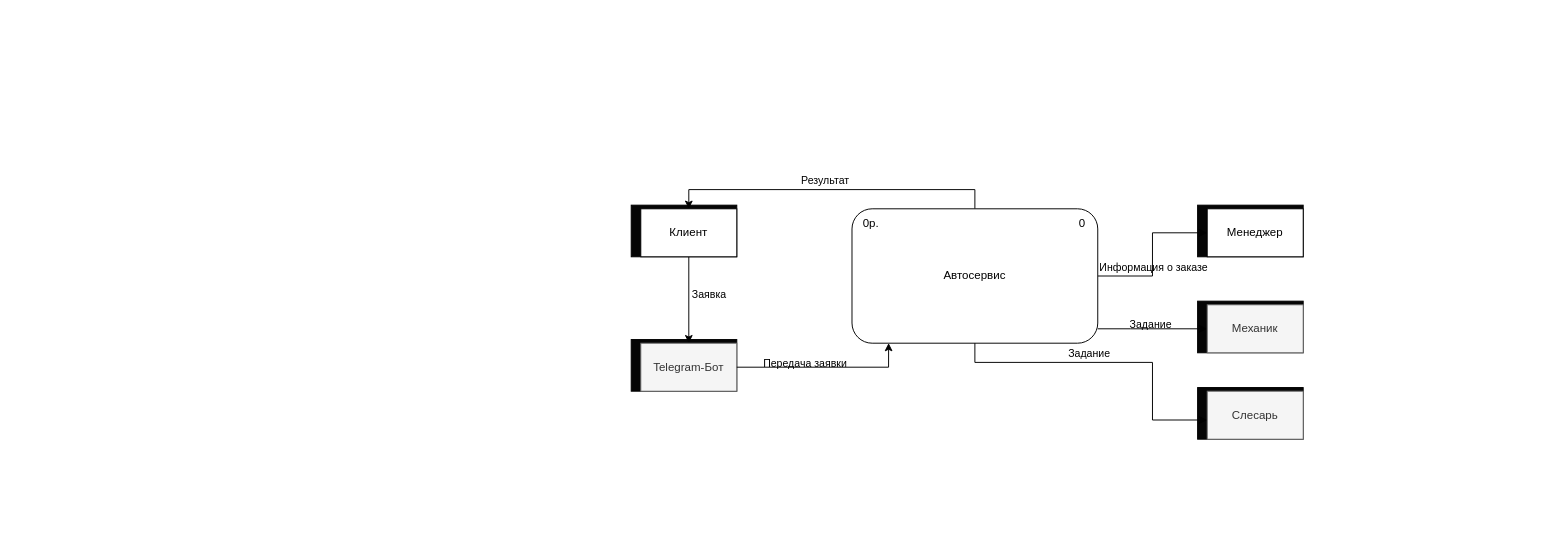
Before: Курсовая/Диаграмма DFD.drawio in Vozq1208/-, a draw.io diagram. Source tidied: cells renumbered, new cells numbered last; positions are measured from the earlier drawing's top-left corner, leaving out a move shared by most shapes. Both pictures are drawn from the tidied source at 96%, with x=0, y=0 at pixel (631, 189).
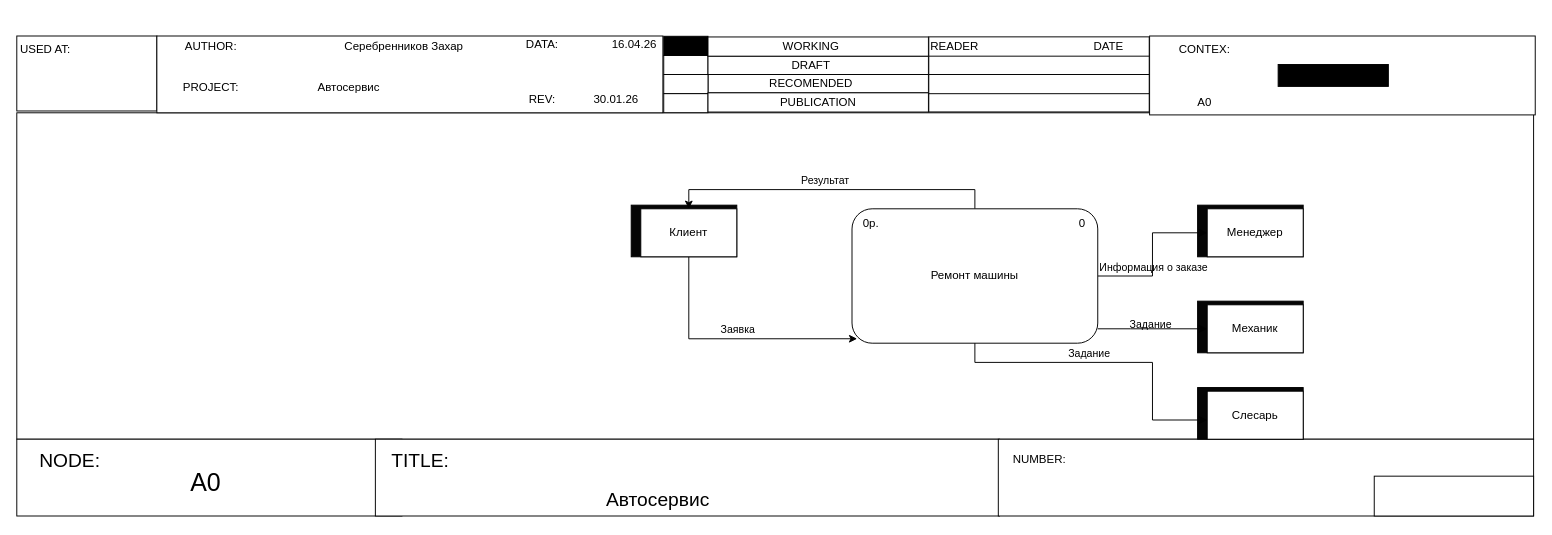
The same page after the edit.

The change refers to these unchanged cells:
```xml
<mxCell id="16" value="Клиент" style="html=1;dashed=0;whiteSpace=wrap;shadow=0;glass=0;rounded=0;textShadow=0;enumerate=0;comic=0;labelBackgroundColor=none;fillColor=light-dark(#FFFFFF,#FFFFFF);fontColor=#000000;" parent="1" vertex="1">
  <mxGeometry x="10" y="20" width="100" height="50" as="geometry" />
</mxCell>
```

What changed in the source:
```diff
@@
+    <mxCell id="27" style="rounded=0;whiteSpace=wrap;html=1;" parent="1" vertex="1">
+      <mxGeometry x="80" y="-119.9" width="229.6" height="19.1" as="geometry" />
+    </mxCell>
+    <mxCell id="28" style="rounded=0;whiteSpace=wrap;html=1;flipH=0;legacyAnchorPoints=0;flipV=0;direction=west;" parent="1" vertex="1">
+      <mxGeometry x="-640" y="-80" width="1580" height="340" as="geometry" />
+    </mxCell>
+    <mxCell id="29" style="rounded=0;whiteSpace=wrap;html=1;align=left;spacing=5;spacingTop=-70;" parent="1" vertex="1">
+      <mxGeometry x="-640" y="-160" width="145.9" height="78.1" as="geometry" />
+    </mxCell>
+    <mxCell id="30" style="rounded=0;whiteSpace=wrap;html=1;" parent="1" vertex="1">
+      <mxGeometry x="-494.1" y="-160" width="527.1" height="80" as="geometry" />
+    </mxCell>
+    <mxCell id="31" style="rounded=0;whiteSpace=wrap;html=1;" parent="1" vertex="1">
+      <mxGeometry x="-640" y="260" width="401.2" height="80" as="geometry" />
+    </mxCell>
+    <mxCell id="32" value="&lt;font style=&quot;font-size: 20px;&quot;&gt;NODE:&lt;/font&gt;" style="text;html=1;whiteSpace=wrap;strokeColor=none;fillColor=none;align=center;verticalAlign=middle;rounded=0;" parent="1" vertex="1">
+      <mxGeometry x="-626.2" y="260" width="83" height="41.5" as="geometry" />
+    </mxCell>
+    <mxCell id="33" value="A0" style="text;html=1;whiteSpace=wrap;strokeColor=none;fillColor=none;align=center;verticalAlign=middle;rounded=0;fontSize=26;" parent="1" vertex="1">
+      <mxGeometry x="-495" y="270.8" width="103.8" height="69.2" as="geometry" />
+    </mxCell>
+    <mxCell id="34" style="rounded=0;whiteSpace=wrap;html=1;" parent="1" vertex="1">
+      <mxGeometry x="-266.5" y="260" width="650.2" height="80" as="geometry" />
+    </mxCell>
+    <mxCell id="35" value="&lt;font style=&quot;font-size: 20px;&quot;&gt;TITLE:&lt;/font&gt;" style="text;html=1;whiteSpace=wrap;strokeColor=none;fillColor=none;align=center;verticalAlign=middle;rounded=0;" parent="1" vertex="1">
+      <mxGeometry x="-260.9" y="260" width="83" height="41.5" as="geometry" />
+    </mxCell>
+    <mxCell id="36" value="&lt;font style=&quot;font-size: 20px;&quot;&gt;Автосервис&lt;/font&gt;" style="text;html=1;whiteSpace=wrap;strokeColor=none;fillColor=none;align=center;verticalAlign=middle;rounded=0;" parent="1" vertex="1">
+      <mxGeometry x="-24.4" y="301.5" width="103.8" height="41.5" as="geometry" />
+    </mxCell>
+    <mxCell id="37" style="rounded=0;whiteSpace=wrap;html=1;" parent="1" vertex="1">
+      <mxGeometry x="382.4" y="260" width="557.6" height="80" as="geometry" />
+    </mxCell>
+    <mxCell id="38" value="NUMBER:" style="text;html=1;whiteSpace=wrap;strokeColor=none;fillColor=none;align=center;verticalAlign=middle;rounded=0;" parent="1" vertex="1">
+      <mxGeometry x="383.8" y="260" width="83" height="41.5" as="geometry" />
+    </mxCell>
+    <mxCell id="39" style="rounded=0;whiteSpace=wrap;html=1;" parent="1" vertex="1">
+      <mxGeometry x="774" y="298.5" width="166" height="41.5" as="geometry" />
+    </mxCell>
+    <mxCell id="40" style="group;" parent="1" vertex="1">
+      <mxGeometry x="-495" y="-170" width="433.3" height="85" as="geometry" />
+    </mxCell>
+    <mxCell id="41" value="AUTHOR:" style="text;html=1;whiteSpace=wrap;strokeColor=none;fillColor=none;align=center;verticalAlign=middle;rounded=0;" parent="40" vertex="1">
+      <mxGeometry width="114.8" height="42.5" as="geometry" />
+    </mxCell>
+    <mxCell id="42" value="PROJECT:" style="text;html=1;whiteSpace=wrap;strokeColor=none;fillColor=none;align=center;verticalAlign=middle;rounded=0;" parent="40" vertex="1">
+      <mxGeometry y="42.5" width="114.8" height="42.5" as="geometry" />
+    </mxCell>
+    <mxCell id="43" value="Серебренников Захар" style="text;html=1;whiteSpace=wrap;strokeColor=none;fillColor=none;align=center;verticalAlign=middle;rounded=0;" parent="40" vertex="1">
+      <mxGeometry x="114.8" width="286.9" height="42.5" as="geometry" />
+    </mxCell>
+    <mxCell id="44" value="Автосервис" style="text;html=1;whiteSpace=wrap;strokeColor=none;fillColor=none;align=center;verticalAlign=middle;rounded=0;" parent="40" vertex="1">
+      <mxGeometry x="114.8" y="42.5" width="172.2" height="42.5" as="geometry" />
+    </mxCell>
@@
-    <mxCell id="5" style="rounded=0;whiteSpace=wrap;html=1;fillColor=#050505;" parent="1" vertex="1">
-      <mxGeometry y="156.2" width="110" height="53.8" as="geometry" />
-    </mxCell>
@@
-    <mxCell id="13" value="Автосервис" style="rounded=1;whiteSpace=wrap;html=1;labelBackgroundColor=none;" parent="1" vertex="1">
+    <mxCell id="13" value="Ремонт машины" style="rounded=1;whiteSpace=wrap;html=1;labelBackgroundColor=none;" parent="1" vertex="1">
       <mxGeometry x="230" y="20" width="256" height="140" as="geometry" />
     </mxCell>
-    <mxCell id="14" style="edgeStyle=orthogonalEdgeStyle;rounded=0;jettySize=auto;html=1;entryX=0.5;entryY=0;entryDx=0;entryDy=0;labelBackgroundColor=none;fontColor=default;" parent="1" edge="1" source="16" target="17">
-      <mxGeometry relative="1" as="geometry" />
+    <mxCell id="14" style="edgeStyle=orthogonalEdgeStyle;rounded=0;jettySize=auto;html=1;entryX=0.021;entryY=0.967;entryDx=0;entryDy=0;labelBackgroundColor=none;fontColor=default;entryPerimeter=0;" parent="1" edge="1" source="16" target="13">
+      <mxGeometry relative="1" as="geometry">
+        <Array as="points">
+          <mxPoint x="60" y="155" />
+        </Array>
+      </mxGeometry>
     </mxCell>
     <mxCell id="15" value="Заявка" style="edgeLabel;html=1;align=center;verticalAlign=middle;labelBackgroundColor=none;" parent="14" vertex="1">
       <mxGeometry x="-0.15" y="3" relative="1" as="geometry">
-        <mxPoint x="17" as="offset" />
+        <mxPoint x="25" y="-7" as="offset" />
       </mxGeometry>
     </mxCell>
@@
-    <mxCell id="17" value="Telegram-Бот" style="html=1;dashed=0;whiteSpace=wrap;shadow=0;labelBackgroundColor=none;fillColor=#f5f5f5;fontColor=#333333;strokeColor=#666666;" parent="1" vertex="1">
-      <mxGeometry x="10" y="160" width="100" height="50" as="geometry" />
-    </mxCell>
@@
-    <mxCell id="19" value="Механик" style="html=1;dashed=0;whiteSpace=wrap;shadow=0;labelBackgroundColor=none;fillColor=#f5f5f5;fontColor=#333333;strokeColor=#666666;" parent="1" vertex="1">
+    <mxCell id="19" value="Механик" style="html=1;dashed=0;whiteSpace=wrap;shadow=0;labelBackgroundColor=none;" parent="1" vertex="1">
       <mxGeometry x="600" y="120" width="100" height="50" as="geometry" />
     </mxCell>
-    <mxCell id="20" value="Слесарь" style="html=1;dashed=0;whiteSpace=wrap;shadow=0;labelBackgroundColor=none;fillColor=#f5f5f5;fontColor=#333333;strokeColor=#666666;" parent="1" vertex="1">
+    <mxCell id="20" value="Слесарь" style="html=1;dashed=0;whiteSpace=wrap;shadow=0;labelBackgroundColor=none;" parent="1" vertex="1">
       <mxGeometry x="600" y="210" width="100" height="50" as="geometry" />
     </mxCell>
-    <mxCell id="21" style="edgeStyle=orthogonalEdgeStyle;rounded=0;jettySize=auto;html=1;entryX=0.149;entryY=0.999;entryDx=0;entryDy=0;entryPerimeter=0;labelBackgroundColor=none;fontColor=default;" parent="1" edge="1" source="17" target="13">
-      <mxGeometry relative="1" as="geometry" />
-    </mxCell>
-    <mxCell id="22" value="Передача заявки" style="edgeLabel;html=1;align=center;verticalAlign=middle;labelBackgroundColor=none;" parent="21" vertex="1">
-      <mxGeometry x="-0.14" y="-1" relative="1" as="geometry">
-        <mxPoint x="-9" y="-6" as="offset" />
-      </mxGeometry>
-    </mxCell>
@@
+    <mxCell id="45" style="group;" parent="1" vertex="1">
+      <mxGeometry x="-150" y="-180" width="231.7" height="114.8" as="geometry" />
+    </mxCell>
+    <mxCell id="46" value="DATA:" style="text;html=1;whiteSpace=wrap;strokeColor=none;fillColor=none;align=center;verticalAlign=middle;rounded=0;" parent="45" vertex="1">
+      <mxGeometry width="114.8" height="57.4" as="geometry" />
+    </mxCell>
+    <mxCell id="47" value="REV:" style="text;html=1;whiteSpace=wrap;strokeColor=none;fillColor=none;align=center;verticalAlign=middle;rounded=0;" parent="45" vertex="1">
+      <mxGeometry y="57.4" width="114.8" height="57.4" as="geometry" />
+    </mxCell>
+    <mxCell id="48" value="16.04.26" style="text;html=1;whiteSpace=wrap;strokeColor=none;fillColor=none;align=center;verticalAlign=middle;rounded=0;" parent="45" vertex="1">
+      <mxGeometry x="95.6" width="114.8" height="57.4" as="geometry" />
+    </mxCell>
+    <mxCell id="49" value="30.01.26" style="text;html=1;whiteSpace=wrap;strokeColor=none;fillColor=none;align=center;verticalAlign=middle;rounded=0;" parent="45" vertex="1">
+      <mxGeometry x="76.5" y="57.4" width="114.8" height="57.4" as="geometry" />
+    </mxCell>
+    <mxCell id="50" style="rounded=0;whiteSpace=wrap;html=1;" parent="45" vertex="1">
+      <mxGeometry x="183.9" y="80" width="46.1" height="19.9" as="geometry" />
+    </mxCell>
+    <mxCell id="51" style="rounded=0;whiteSpace=wrap;html=1;" parent="45" vertex="1">
+      <mxGeometry x="183.9" y="60.1" width="46.1" height="19.9" as="geometry" />
+    </mxCell>
+    <mxCell id="52" style="rounded=0;whiteSpace=wrap;html=1;" parent="45" vertex="1">
+      <mxGeometry x="183.9" y="40.2" width="46.1" height="19.9" as="geometry" />
+    </mxCell>
+    <mxCell id="53" style="rounded=0;whiteSpace=wrap;html=1;fillColor=#000000;" parent="45" vertex="1">
+      <mxGeometry x="183.9" y="20.3" width="46.1" height="19.9" as="geometry" />
+    </mxCell>
+    <mxCell id="54" value="RECOMENDED" style="text;html=1;whiteSpace=wrap;strokeColor=none;fillColor=none;align=center;verticalAlign=middle;rounded=0;" parent="1" vertex="1">
+      <mxGeometry x="130" y="-115.4" width="114.8" height="10" as="geometry" />
+    </mxCell>
+    <mxCell id="55" style="rounded=0;whiteSpace=wrap;html=1;" parent="1" vertex="1">
+      <mxGeometry x="80" y="-139" width="229.6" height="19.1" as="geometry" />
+    </mxCell>
+    <mxCell id="56" value="DRAFT" style="text;html=1;whiteSpace=wrap;strokeColor=none;fillColor=none;align=center;verticalAlign=middle;rounded=0;" parent="1" vertex="1">
+      <mxGeometry x="130" y="-134" width="114.8" height="9.2" as="geometry" />
+    </mxCell>
+    <mxCell id="57" style="rounded=0;whiteSpace=wrap;html=1;" parent="1" vertex="1">
+      <mxGeometry x="80" y="-159" width="229.6" height="20" as="geometry" />
+    </mxCell>
+    <mxCell id="58" value="WORKING" style="text;html=1;whiteSpace=wrap;strokeColor=none;fillColor=none;align=center;verticalAlign=middle;rounded=0;" parent="1" vertex="1">
+      <mxGeometry x="130" y="-150.8" width="114.8" height="3.6" as="geometry" />
+    </mxCell>
+    <mxCell id="59" style="rounded=0;whiteSpace=wrap;html=1;" parent="1" vertex="1">
+      <mxGeometry x="310" y="-101" width="229.6" height="20.1" as="geometry" />
+    </mxCell>
+    <mxCell id="60" value="PUBLICATION" style="rounded=0;whiteSpace=wrap;html=1;" parent="1" vertex="1">
+      <mxGeometry x="80" y="-100.8" width="229.6" height="20" as="geometry" />
+    </mxCell>
+    <mxCell id="61" value="USED AT:" style="text;html=1;whiteSpace=wrap;strokeColor=none;fillColor=none;align=center;verticalAlign=middle;rounded=0;" parent="1" vertex="1">
+      <mxGeometry x="-640" y="-161" width="60" height="30" as="geometry" />
+    </mxCell>
+    <mxCell id="62" style="rounded=0;whiteSpace=wrap;html=1;" parent="1" vertex="1">
+      <mxGeometry x="310" y="-120" width="229.6" height="20.1" as="geometry" />
+    </mxCell>
+    <mxCell id="63" style="rounded=0;whiteSpace=wrap;html=1;" parent="1" vertex="1">
+      <mxGeometry x="310" y="-140" width="229.6" height="20.1" as="geometry" />
+    </mxCell>
+    <mxCell id="64" value="READER" style="rounded=0;whiteSpace=wrap;html=1;align=left;" parent="1" vertex="1">
+      <mxGeometry x="310" y="-159.1" width="229.6" height="20.1" as="geometry" />
+    </mxCell>
+    <mxCell id="65" value="DATE" style="text;html=1;whiteSpace=wrap;strokeColor=none;fillColor=none;align=center;verticalAlign=middle;rounded=0;" parent="1" vertex="1">
+      <mxGeometry x="440" y="-177.7" width="114.8" height="57.4" as="geometry" />
+    </mxCell>
+    <mxCell id="66" style="group;" parent="1" vertex="1">
+      <mxGeometry x="540" y="-160" width="401.7" height="82.2" as="geometry" />
+    </mxCell>
+    <mxCell id="67" style="rounded=0;whiteSpace=wrap;html=1;" parent="66" vertex="1">
+      <mxGeometry width="401.7" height="82.2" as="geometry" />
+    </mxCell>
+    <mxCell id="68" value="A0" style="text;html=1;whiteSpace=wrap;strokeColor=none;fillColor=none;align=center;verticalAlign=middle;rounded=0;" parent="66" vertex="1">
+      <mxGeometry y="54.8" width="114.8" height="27.4" as="geometry" />
+    </mxCell>
+    <mxCell id="69" value="CONTEX:" style="text;html=1;whiteSpace=wrap;strokeColor=none;fillColor=none;align=center;verticalAlign=middle;rounded=0;" parent="66" vertex="1">
+      <mxGeometry width="114.8" height="27.4" as="geometry" />
+    </mxCell>
+    <mxCell id="70" style="rounded=0;whiteSpace=wrap;html=1;fontColor=default;labelBackgroundColor=#000000;labelBorderColor=default;textShadow=1;fillColor=#000000;" parent="66" vertex="1">
+      <mxGeometry x="133.9" y="29.7" width="114.8" height="22.8" as="geometry" />
+    </mxCell>
```
